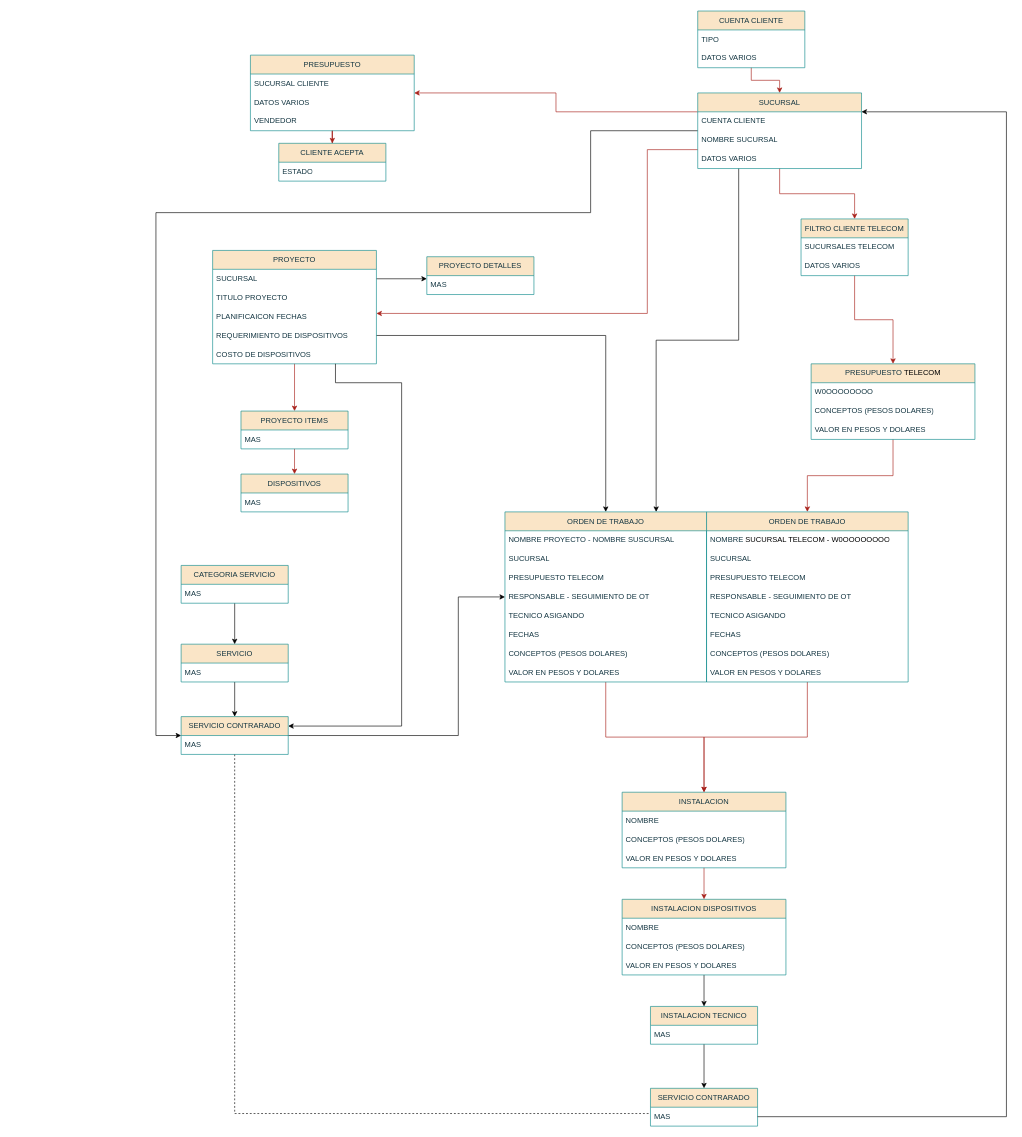
This is registro_clientes_star/Diagrama.drawio from escobardie/PROJECT_DATA_BASE, a draw.io file, before an edit. Source tidied: cells renumbered, new cells numbered last; positions are measured from the earlier drawing's top-left corner, leaving out a move shared by most shapes. Both pictures are drawn from the tidied source at 63%, with x=0, y=0 at pixel (156, 11).
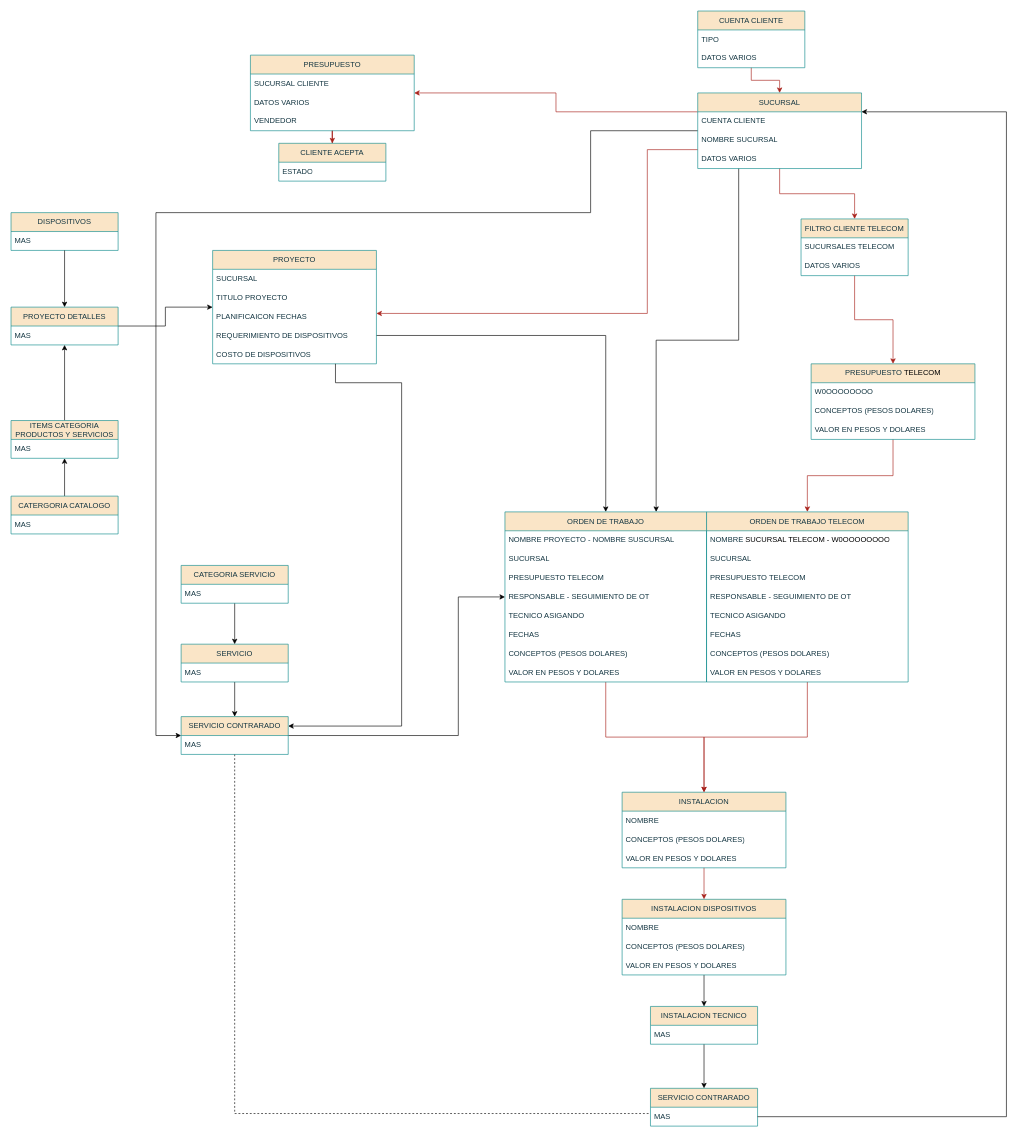
The same page after the edit.

Unchanged cells that the change refers to:
```xml
<mxCell id="33" value="PROYECTO" style="swimlane;fontStyle=0;horizontal=1;startSize=30;whiteSpace=wrap;html=1;labelBackgroundColor=none;fillColor=#FAE5C7;strokeColor=#0F8B8D;fontColor=#143642;" parent="1" vertex="1">
  <mxGeometry x="90" y="380" width="260" height="180" as="geometry" />
</mxCell>
```

Change to the diagram source:
```diff
@@
-    <mxCell id="8" value="ORDEN DE TRABAJO" style="swimlane;fontStyle=0;horizontal=1;startSize=30;whiteSpace=wrap;html=1;labelBackgroundColor=none;fillColor=#FAE5C7;strokeColor=#0F8B8D;fontColor=#143642;" parent="1" vertex="1">
+    <mxCell id="8" value="ORDEN DE TRABAJO TELECOM" style="swimlane;fontStyle=0;horizontal=1;startSize=30;whiteSpace=wrap;html=1;labelBackgroundColor=none;fillColor=#FAE5C7;strokeColor=#0F8B8D;fontColor=#143642;" parent="1" vertex="1">
       <mxGeometry x="874" y="795" width="320" height="270" as="geometry" />
     </mxCell>
@@
-    <mxCell id="30" style="edgeStyle=orthogonalEdgeStyle;rounded=0;jettySize=auto;html=1;labelBackgroundColor=none;strokeColor=#A8201A;fontColor=default;" parent="1" edge="1" source="33" target="71">
-      <mxGeometry relative="1" as="geometry" />
-    </mxCell>
@@
-    <mxCell id="32" style="edgeStyle=orthogonalEdgeStyle;rounded=0;jettySize=auto;html=1;exitX=1;exitY=0.25;exitDx=0;exitDy=0;" parent="1" edge="1" source="33" target="76">
-      <mxGeometry relative="1" as="geometry">
-        <Array as="points">
-          <mxPoint x="470" y="425" />
-          <mxPoint x="470" y="425" />
-        </Array>
-      </mxGeometry>
-    </mxCell>
@@
-    <mxCell id="70" style="edgeStyle=orthogonalEdgeStyle;rounded=0;jettySize=auto;html=1;strokeColor=#A8201A;fontColor=#143642;fillColor=#FAE5C7;" parent="1" edge="1" source="71" target="73">
-      <mxGeometry relative="1" as="geometry" />
-    </mxCell>
-    <mxCell id="71" value="PROYECTO ITEMS" style="swimlane;fontStyle=0;horizontal=1;startSize=30;whiteSpace=wrap;html=1;labelBackgroundColor=none;fillColor=#FAE5C7;strokeColor=#0F8B8D;fontColor=#143642;" parent="1" vertex="1">
-      <mxGeometry x="135" y="635" width="170" height="60" as="geometry" />
-    </mxCell>
-    <mxCell id="72" value="MAS" style="text;strokeColor=none;fillColor=none;align=left;verticalAlign=middle;spacingLeft=4;spacingRight=4;overflow=hidden;whiteSpace=wrap;html=1;labelBackgroundColor=none;fontColor=#143642;" parent="71" vertex="1">
-      <mxGeometry y="30" width="170" height="30" as="geometry" />
-    </mxCell>
-    <mxCell id="73" value="DISPOSITIVOS" style="swimlane;fontStyle=0;horizontal=1;startSize=30;whiteSpace=wrap;html=1;labelBackgroundColor=none;fillColor=#FAE5C7;strokeColor=#0F8B8D;fontColor=#143642;" parent="1" vertex="1">
-      <mxGeometry x="135" y="735" width="170" height="60" as="geometry" />
-    </mxCell>
-    <mxCell id="74" value="MAS" style="text;strokeColor=none;fillColor=none;align=left;verticalAlign=middle;spacingLeft=4;spacingRight=4;overflow=hidden;whiteSpace=wrap;html=1;labelBackgroundColor=none;fontColor=#143642;" parent="73" vertex="1">
-      <mxGeometry y="30" width="170" height="30" as="geometry" />
-    </mxCell>
@@
+    <mxCell id="94" style="edgeStyle=orthogonalEdgeStyle;rounded=0;jettySize=auto;html=1;" parent="1" edge="1" source="76" target="33">
+      <mxGeometry relative="1" as="geometry" />
+    </mxCell>
     <mxCell id="76" value="PROYECTO DETALLES" style="swimlane;fontStyle=0;horizontal=1;startSize=30;whiteSpace=wrap;html=1;labelBackgroundColor=none;fillColor=#FAE5C7;strokeColor=#0F8B8D;fontColor=#143642;" parent="1" vertex="1">
-      <mxGeometry x="430" y="390" width="170" height="60" as="geometry" />
+      <mxGeometry x="-230" y="470" width="170" height="60" as="geometry" />
     </mxCell>
@@
+    <mxCell id="73" value="DISPOSITIVOS" style="swimlane;fontStyle=0;horizontal=1;startSize=30;whiteSpace=wrap;html=1;labelBackgroundColor=none;fillColor=#FAE5C7;strokeColor=#0F8B8D;fontColor=#143642;" parent="1" vertex="1">
+      <mxGeometry x="-230" y="320" width="170" height="60" as="geometry" />
+    </mxCell>
+    <mxCell id="95" value="MAS" style="text;strokeColor=none;fillColor=none;align=left;verticalAlign=middle;spacingLeft=4;spacingRight=4;overflow=hidden;whiteSpace=wrap;html=1;labelBackgroundColor=none;fontColor=#143642;" parent="73" vertex="1">
+      <mxGeometry y="30" width="170" height="30" as="geometry" />
+    </mxCell>
+    <mxCell id="96" style="edgeStyle=orthogonalEdgeStyle;rounded=0;jettySize=auto;html=1;" parent="1" edge="1" source="97" target="76">
+      <mxGeometry relative="1" as="geometry">
+        <Array as="points">
+          <mxPoint x="-180" y="530" />
+          <mxPoint x="-180" y="530" />
+        </Array>
+      </mxGeometry>
+    </mxCell>
+    <mxCell id="97" value="ITEMS CATEGORIA&lt;div&gt;PRODUCTOS Y SERVICIOS&lt;/div&gt;" style="swimlane;fontStyle=0;horizontal=1;startSize=30;whiteSpace=wrap;html=1;labelBackgroundColor=none;fillColor=#FAE5C7;strokeColor=#0F8B8D;fontColor=#143642;" parent="1" vertex="1">
+      <mxGeometry x="-230" y="650" width="170" height="60" as="geometry" />
+    </mxCell>
+    <mxCell id="98" value="MAS" style="text;strokeColor=none;fillColor=none;align=left;verticalAlign=middle;spacingLeft=4;spacingRight=4;overflow=hidden;whiteSpace=wrap;html=1;labelBackgroundColor=none;fontColor=#143642;" parent="97" vertex="1">
+      <mxGeometry y="30" width="170" height="30" as="geometry" />
+    </mxCell>
+    <mxCell id="99" style="edgeStyle=orthogonalEdgeStyle;rounded=0;jettySize=auto;html=1;entryX=0.5;entryY=0;entryDx=0;entryDy=0;" parent="1" edge="1" source="73" target="76">
+      <mxGeometry relative="1" as="geometry" />
+    </mxCell>
+    <mxCell id="100" style="edgeStyle=orthogonalEdgeStyle;rounded=0;jettySize=auto;html=1;" parent="1" edge="1" source="101" target="97">
+      <mxGeometry relative="1" as="geometry" />
+    </mxCell>
+    <mxCell id="101" value="CATERGORIA CATALOGO" style="swimlane;fontStyle=0;horizontal=1;startSize=30;whiteSpace=wrap;html=1;labelBackgroundColor=none;fillColor=#FAE5C7;strokeColor=#0F8B8D;fontColor=#143642;" parent="1" vertex="1">
+      <mxGeometry x="-230" y="770" width="170" height="60" as="geometry" />
+    </mxCell>
+    <mxCell id="102" value="MAS" style="text;strokeColor=none;fillColor=none;align=left;verticalAlign=middle;spacingLeft=4;spacingRight=4;overflow=hidden;whiteSpace=wrap;html=1;labelBackgroundColor=none;fontColor=#143642;" parent="101" vertex="1">
+      <mxGeometry y="30" width="170" height="30" as="geometry" />
+    </mxCell>
```
